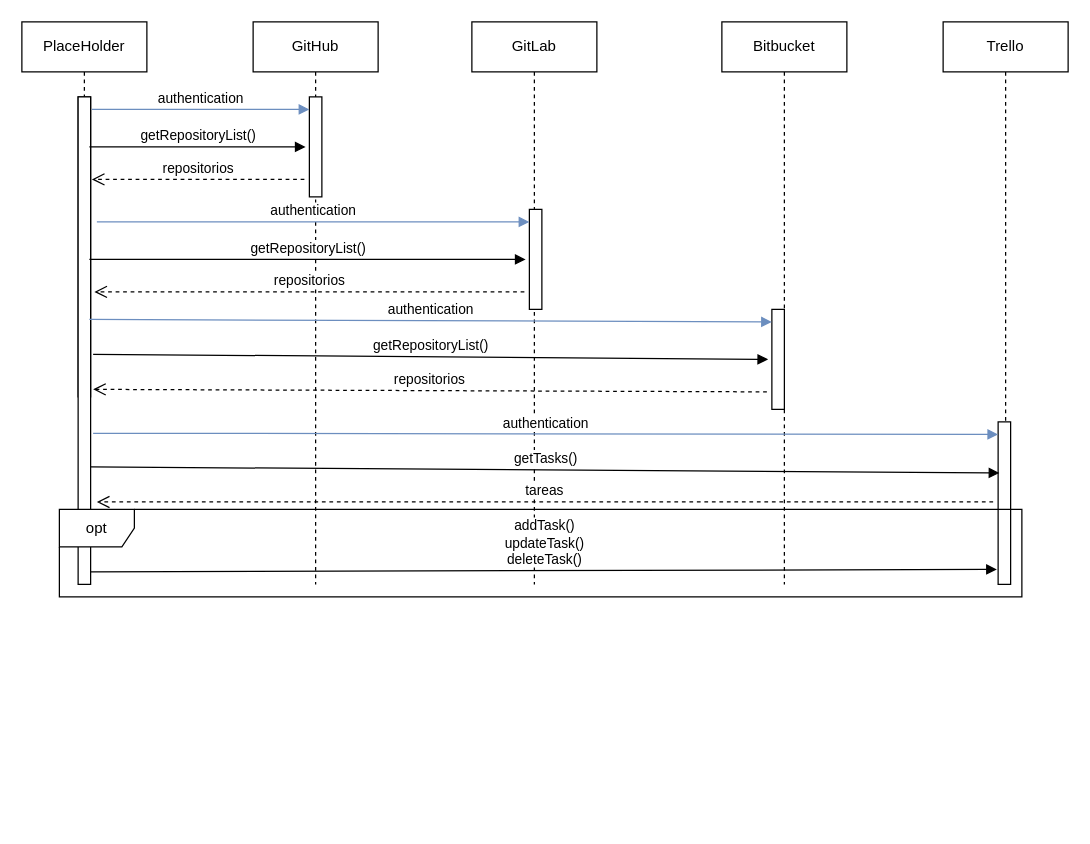
Before: Diagramas/Diagrama de secuencia alto nivel.drawio in ivasandom/AISS-Project-PlaceHolder, a draw.io diagram. Source tidied: cells renumbered, new cells numbered last; positions are measured from the earlier drawing's top-left corner, leaving out a move shared by most shapes. Both pictures are drawn from the tidied source at 125%, with x=0, y=0 at pixel (21, 21).
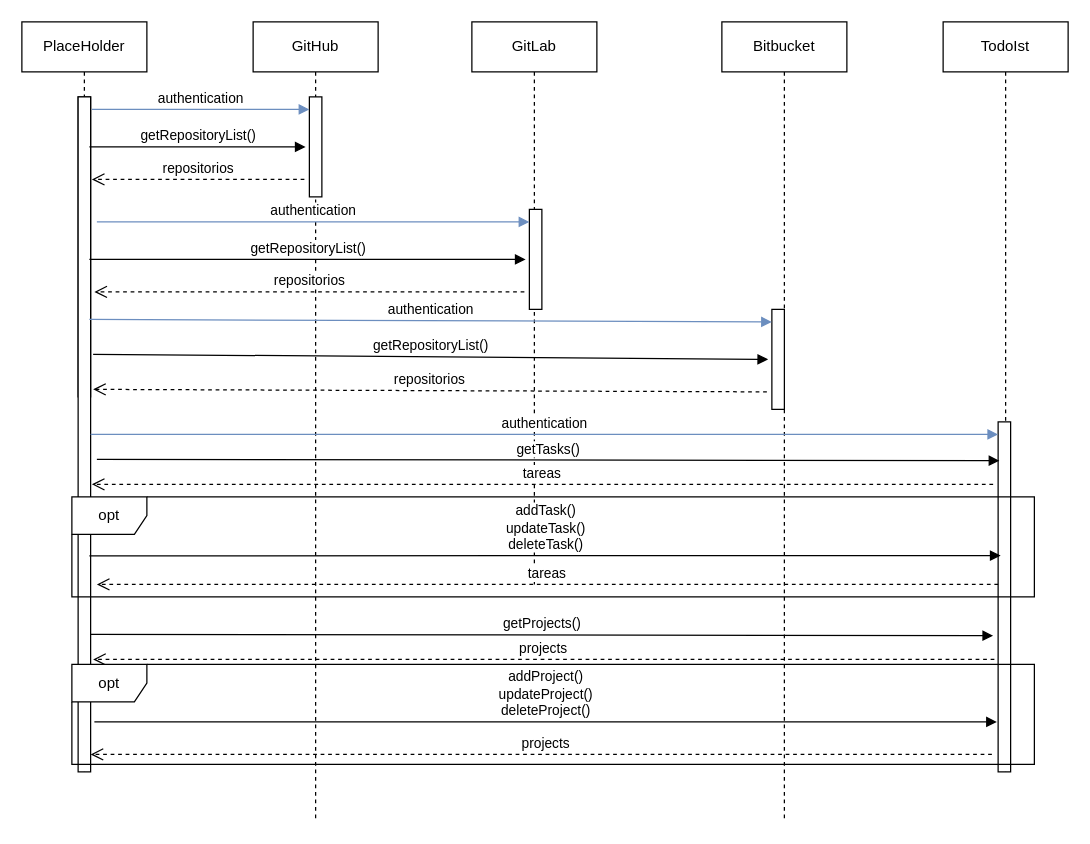
The same diagram, later.

Commit message:
Secuencia alto nivel

Change to the diagram source:
```diff
@@
     <mxCell id="2" value="PlaceHolder" style="shape=umlLifeline;perimeter=lifelinePerimeter;whiteSpace=wrap;html=1;fillColor=#FFFFFF;gradientColor=none;" parent="1" vertex="1">
-      <mxGeometry width="100" height="450" as="geometry" />
+      <mxGeometry width="100" height="600" as="geometry" />
     </mxCell>
@@
     <mxCell id="4" style="html=1;points=[];perimeter=orthogonalPerimeter;fillColor=#FFFFFF;gradientColor=none;" parent="2" vertex="1">
-      <mxGeometry x="45" y="60" width="10" height="390" as="geometry" />
+      <mxGeometry x="45" y="60" width="10" height="540" as="geometry" />
     </mxCell>
     <mxCell id="5" value="GitHub" style="shape=umlLifeline;perimeter=lifelinePerimeter;whiteSpace=wrap;html=1;fillColor=#FFFFFF;gradientColor=none;" parent="1" vertex="1">
-      <mxGeometry x="185" width="100" height="450" as="geometry" />
+      <mxGeometry x="185" width="100" height="640" as="geometry" />
     </mxCell>
@@
     <mxCell id="10" value="Bitbucket" style="shape=umlLifeline;perimeter=lifelinePerimeter;whiteSpace=wrap;html=1;fillColor=#FFFFFF;gradientColor=none;" parent="1" vertex="1">
-      <mxGeometry x="560" width="100" height="450" as="geometry" />
+      <mxGeometry x="560" width="100" height="640" as="geometry" />
     </mxCell>
@@
-    <mxCell id="13" value="Trello" style="shape=umlLifeline;perimeter=lifelinePerimeter;whiteSpace=wrap;html=1;fillColor=#FFFFFF;gradientColor=none;" parent="1" vertex="1">
-      <mxGeometry x="737" width="100" height="450" as="geometry" />
+    <mxCell id="13" value="TodoIst" style="shape=umlLifeline;perimeter=lifelinePerimeter;whiteSpace=wrap;html=1;fillColor=#FFFFFF;gradientColor=none;" parent="1" vertex="1">
+      <mxGeometry x="737" width="100" height="600" as="geometry" />
     </mxCell>
     <mxCell id="14" style="html=1;points=[];perimeter=orthogonalPerimeter;fillColor=#FFFFFF;gradientColor=none;" parent="13" vertex="1">
-      <mxGeometry x="44" y="320" width="10" height="130" as="geometry" />
+      <mxGeometry x="44" y="320" width="10" height="280" as="geometry" />
     </mxCell>
-    <mxCell id="15" value="authentication" style="html=1;verticalAlign=bottom;endArrow=block;entryX=0;entryY=0;fillColor=#dae8fc;strokeColor=#6c8ebf;rounded=1;exitX=1.2;exitY=0.69;exitDx=0;exitDy=0;exitPerimeter=0;" parent="13" edge="1" source="4">
+    <mxCell id="15" value="authentication" style="html=1;verticalAlign=bottom;endArrow=block;entryX=0;entryY=0;fillColor=#dae8fc;strokeColor=#6c8ebf;rounded=1;" parent="13" edge="1" source="4">
       <mxGeometry relative="1" as="geometry">
         <mxPoint x="44" y="330" as="targetPoint" />
       </mxGeometry>
     </mxCell>
-    <mxCell id="16" value="tareas" style="html=1;verticalAlign=bottom;endArrow=open;dashed=1;endSize=8;strokeColor=#000000;entryX=1.5;entryY=0.831;entryDx=0;entryDy=0;entryPerimeter=0;" parent="13" edge="1" target="4">
+    <mxCell id="16" value="tareas" style="html=1;verticalAlign=bottom;endArrow=open;dashed=1;endSize=8;strokeColor=#000000;entryX=1.1;entryY=0.574;entryDx=0;entryDy=0;entryPerimeter=0;" parent="13" edge="1" target="4">
       <mxGeometry relative="1" as="geometry">
-        <mxPoint x="40" y="384" as="sourcePoint" />
+        <mxPoint x="40" y="370" as="sourcePoint" />
       </mxGeometry>
     </mxCell>
@@
-    <mxCell id="24" value="getTasks()" style="html=1;verticalAlign=bottom;endArrow=block;strokeColor=#000000;entryX=0.1;entryY=0.315;entryDx=0;entryDy=0;entryPerimeter=0;exitX=1;exitY=0.759;exitDx=0;exitDy=0;exitPerimeter=0;" parent="1" edge="1" source="4" target="14">
-      <mxGeometry relative="1" as="geometry" />
+    <mxCell id="24" value="getTasks()" style="html=1;verticalAlign=bottom;endArrow=block;strokeColor=#000000;entryX=0.1;entryY=0.111;entryDx=0;entryDy=0;entryPerimeter=0;" parent="1" edge="1" target="14">
+      <mxGeometry relative="1" as="geometry">
+        <mxPoint x="60" y="350" as="sourcePoint" />
+      </mxGeometry>
     </mxCell>
-    <mxCell id="25" value="&lt;div&gt;addTask()&lt;/div&gt;&lt;div&gt;updateTask()&lt;/div&gt;&lt;div&gt;deleteTask()&lt;br&gt;&lt;/div&gt;" style="html=1;verticalAlign=bottom;endArrow=block;strokeColor=#000000;entryX=-0.1;entryY=0.908;entryDx=0;entryDy=0;entryPerimeter=0;" parent="1" edge="1" target="14">
-      <mxGeometry relative="1" as="geometry">
-        <mxPoint x="55" y="440" as="sourcePoint" />
-      </mxGeometry>
+    <mxCell id="25" value="&lt;div&gt;addTask()&lt;/div&gt;&lt;div&gt;updateTask()&lt;/div&gt;&lt;div&gt;deleteTask()&lt;br&gt;&lt;/div&gt;" style="html=1;verticalAlign=bottom;endArrow=block;strokeColor=#000000;exitX=0.9;exitY=0.68;exitDx=0;exitDy=0;exitPerimeter=0;entryX=0.2;entryY=0.382;entryDx=0;entryDy=0;entryPerimeter=0;" parent="1" edge="1" source="4" target="14">
+      <mxGeometry relative="1" as="geometry" />
     </mxCell>
     <mxCell id="26" value="opt" style="shape=umlFrame;whiteSpace=wrap;html=1;fillColor=#FFFFFF;gradientColor=none;" parent="1" vertex="1">
-      <mxGeometry x="30" y="390" width="770" height="70" as="geometry" />
+      <mxGeometry x="40" y="380" width="770" height="80" as="geometry" />
     </mxCell>
+    <mxCell id="27" value="tareas" style="html=1;verticalAlign=bottom;endArrow=open;dashed=1;endSize=8;strokeColor=#000000;entryX=1.1;entryY=0.574;entryDx=0;entryDy=0;entryPerimeter=0;" parent="1" edge="1">
+      <mxGeometry relative="1" as="geometry">
+        <mxPoint x="781" y="450" as="sourcePoint" />
+        <mxPoint x="60" y="450" as="targetPoint" />
+      </mxGeometry>
+    </mxCell>
+    <mxCell id="28" value="getProjects()" style="html=1;verticalAlign=bottom;endArrow=block;strokeColor=#000000;entryX=0.1;entryY=0.111;entryDx=0;entryDy=0;entryPerimeter=0;" parent="1" edge="1">
+      <mxGeometry relative="1" as="geometry">
+        <mxPoint x="55" y="490" as="sourcePoint" />
+        <mxPoint x="777" y="491" as="targetPoint" />
+      </mxGeometry>
+    </mxCell>
+    <mxCell id="29" value="projects" style="html=1;verticalAlign=bottom;endArrow=open;dashed=1;endSize=8;strokeColor=#000000;entryX=1.1;entryY=0.574;entryDx=0;entryDy=0;entryPerimeter=0;" parent="1" edge="1">
+      <mxGeometry relative="1" as="geometry">
+        <mxPoint x="778" y="510" as="sourcePoint" />
+        <mxPoint x="57" y="510" as="targetPoint" />
+      </mxGeometry>
+    </mxCell>
+    <mxCell id="30" value="&lt;div&gt;addProject()&lt;/div&gt;&lt;div&gt;updateProject()&lt;/div&gt;&lt;div&gt;deleteProject()&lt;br&gt;&lt;/div&gt;" style="html=1;verticalAlign=bottom;endArrow=block;strokeColor=#000000;exitX=0.9;exitY=0.68;exitDx=0;exitDy=0;exitPerimeter=0;" parent="1" edge="1">
+      <mxGeometry relative="1" as="geometry">
+        <mxPoint x="58" y="560" as="sourcePoint" />
+        <mxPoint x="780" y="560" as="targetPoint" />
+      </mxGeometry>
+    </mxCell>
+    <mxCell id="31" value="projects&lt;br&gt;" style="html=1;verticalAlign=bottom;endArrow=open;dashed=1;endSize=8;strokeColor=#000000;entryX=1.1;entryY=0.574;entryDx=0;entryDy=0;entryPerimeter=0;" parent="1" edge="1">
+      <mxGeometry x="-0.01" relative="1" as="geometry">
+        <mxPoint x="776" y="586" as="sourcePoint" />
+        <mxPoint x="55" y="586" as="targetPoint" />
+      </mxGeometry>
+    </mxCell>
+    <mxCell id="32" value="opt" style="shape=umlFrame;whiteSpace=wrap;html=1;fillColor=#FFFFFF;gradientColor=none;" parent="1" vertex="1">
+      <mxGeometry x="40" y="514" width="770" height="80" as="geometry" />
+    </mxCell>
```
